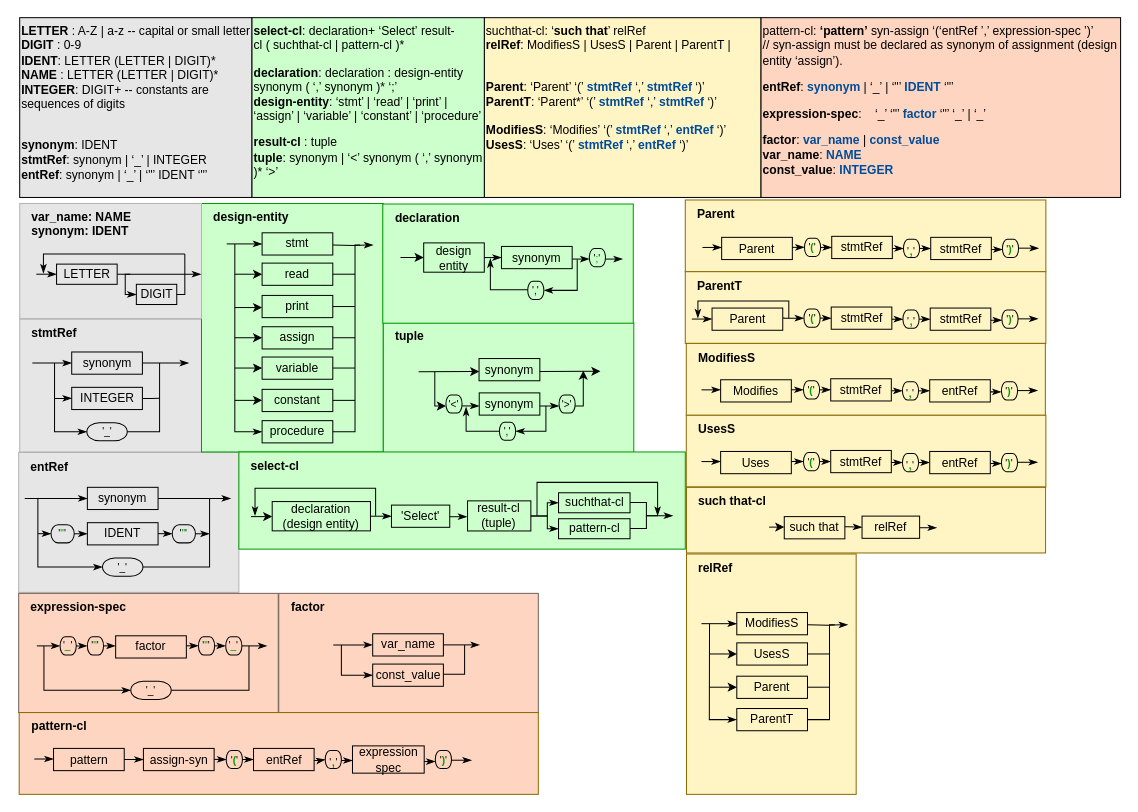
Before: page "pql2" (7 of 8) of drawings/TopDesign.drawio in Release-the-Baby/Rtba2014, a draw.io diagram. Source tidied: cells renumbered, new cells numbered last; positions are measured from the earlier drawing's top-left corner, leaving out a move shared by most shapes. Both pictures are drawn from the tidied source at 101%, with x=0, y=0 at pixel (18, 17).
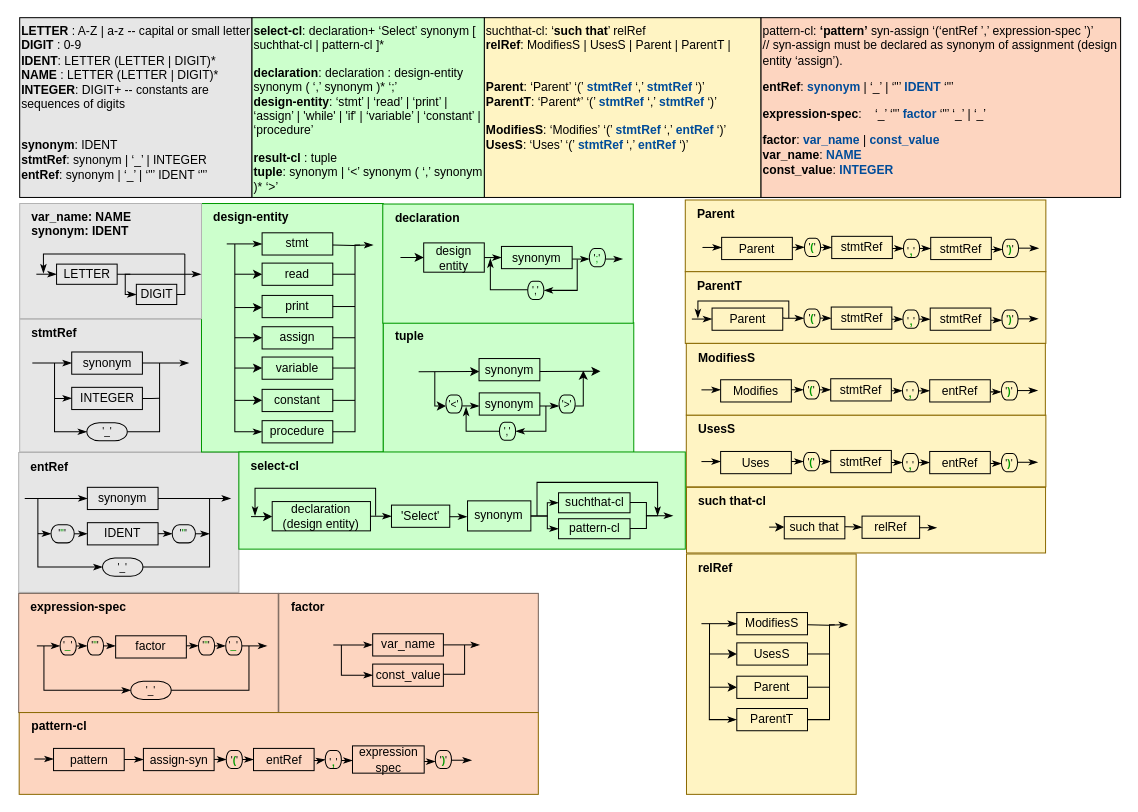
The same diagram, later.

Unchanged cells that the change refers to:
```xml
<mxCell id="201" style="group;" parent="1" vertex="1">
  <mxGeometry x="218" y="430" width="442" height="96.2" as="geometry" />
</mxCell>
```

The edit, as a diff of the source:
```diff
@@
-    <mxCell id="10" value="&lt;b&gt;select-cl&lt;/b&gt;: declaration+ ‘Select’&amp;nbsp;result-cl&amp;nbsp;(&amp;nbsp;suchthat-cl | pattern-cl )*&lt;p&gt;&lt;b&gt;declaration&lt;/b&gt;: declaration : design-entity synonym ( ‘,’ synonym )* ‘;’&lt;br&gt;&lt;b&gt;design-entity&lt;/b&gt;: ‘stmt’ | ‘read’ | ‘print’ | ‘assign’ | ‘variable’ | ‘constant’ | ‘procedure’&lt;/p&gt;&lt;p&gt;&lt;span&gt;&lt;b&gt;result-cl&lt;/b&gt; : tuple&lt;br&gt;&lt;b&gt;tuple&lt;/b&gt;: synonym | ‘&amp;lt;’ synonym ( ‘,’ synonym )* ‘&amp;gt;’&lt;/span&gt;&lt;/p&gt;&lt;span&gt;&lt;/span&gt;&lt;p&gt;&lt;br&gt;&lt;br&gt;&lt;/p&gt;&lt;p&gt;&lt;span&gt;&lt;/span&gt;&lt;/p&gt;" style="text;html=1;strokeColor=default;fillColor=#CCFFCC;align=left;verticalAlign=top;whiteSpace=wrap;rounded=0;labelPosition=center;verticalLabelPosition=middle;" parent="1" vertex="1">
+    <mxCell id="10" value="&lt;b&gt;select-cl&lt;/b&gt;: declaration+ ‘Select’ synonym [ suchthat-cl | pattern-cl ]*&lt;p&gt;&lt;b&gt;declaration&lt;/b&gt;: declaration : design-entity synonym ( ‘,’ synonym )* ‘;’&lt;br&gt;&lt;b&gt;design-entity&lt;/b&gt;: ‘stmt’ | ‘read’ | ‘print’ | ‘assign’ | 'while' | 'if' | ‘variable’ | ‘constant’ | ‘procedure’ &lt;br&gt;&lt;/p&gt;&lt;p&gt;&lt;span&gt;&lt;b&gt;result-cl&lt;/b&gt; : tuple&lt;br&gt;&lt;b&gt;tuple&lt;/b&gt;: synonym | ‘&amp;lt;’ synonym ( ‘,’ synonym )* ‘&amp;gt;’&lt;/span&gt;&lt;/p&gt;&lt;span&gt;&lt;/span&gt;&lt;p&gt;&lt;br&gt;&lt;br&gt;&lt;/p&gt;&lt;p&gt;&lt;span&gt;&lt;/span&gt;&lt;/p&gt;" style="text;html=1;strokeColor=default;fillColor=#CCFFCC;align=left;verticalAlign=top;whiteSpace=wrap;rounded=0;labelPosition=center;verticalLabelPosition=middle;" parent="1" vertex="1">
       <mxGeometry x="231" width="230" height="178" as="geometry" />
     </mxCell>
@@
-    <mxCell id="207" value="result-cl&lt;br&gt;(tuple)" style="rounded=0;whiteSpace=wrap;html=1;strokeWidth=1;fillColor=none;" parent="201" vertex="1">
+    <mxCell id="207" value="synonym" style="rounded=0;whiteSpace=wrap;html=1;strokeWidth=1;fillColor=none;" parent="201" vertex="1">
       <mxGeometry x="226.4" y="48.4" width="62.7" height="29.8" as="geometry" />
     </mxCell>
```
